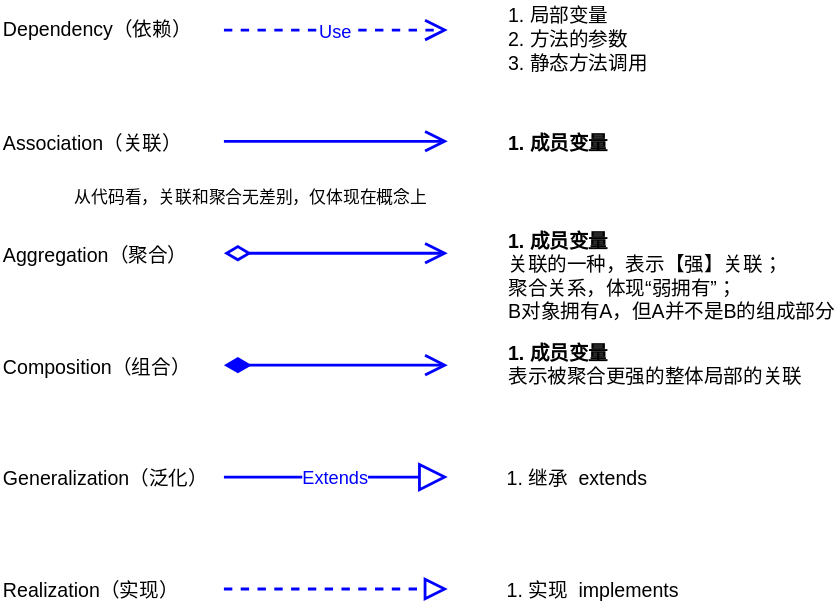
Earlier version of the draw.io export uml/uml-class.svg (rabbitcount/drawio). Source tidied: cells renumbered, new cells last; positions are measured from the earlier drawing's top-left corner, leaving out a move shared by most shapes.
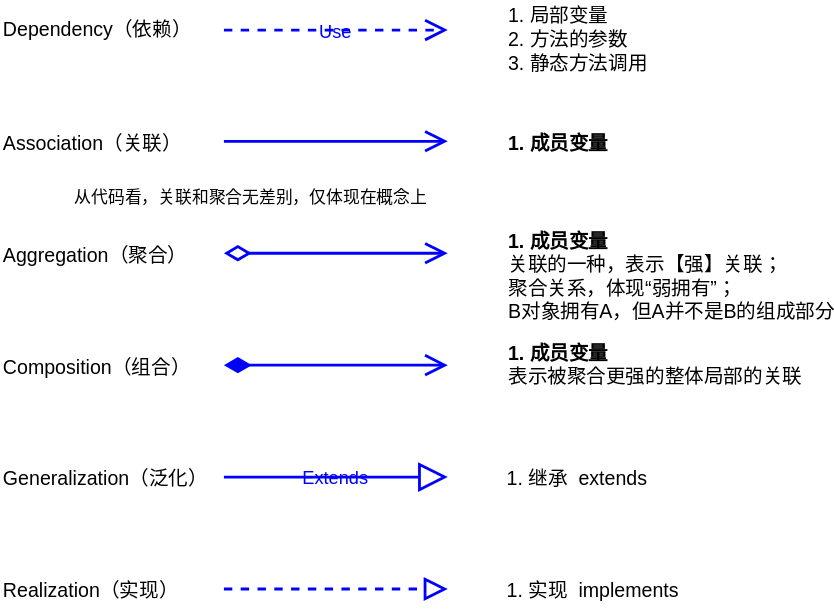
The same diagram one commit later.

Change to the diagram source:
```diff
@@ -2,7 +2,7 @@
   <root>
     <mxCell id="0" />
     <mxCell id="1" parent="0" />
-    <mxCell id="2" value="Use" style="endArrow=open;endSize=12;dashed=1;html=1;strokeWidth=2;strokeColor=#0000FF;fontColor=#0000FF;fontSize=13;" parent="1" edge="1">
+    <mxCell id="2" value="Use" style="endArrow=open;endSize=12;dashed=1;html=1;strokeWidth=2;strokeColor=#0000FF;fontColor=#0000FF;fontSize=13;labelBackgroundColor=none;" parent="1" edge="1">
       <mxGeometry relative="1" as="geometry">
         <mxPoint x="159.5" y="21" as="sourcePoint" />
         <mxPoint x="319.5" y="21" as="targetPoint" />
@@ -56,7 +56,7 @@
     <mxCell id="15" value="Generalization（泛化）" style="text;html=1;align=left;verticalAlign=top;spacingTop=-4;fontSize=14;" parent="1" vertex="1">
       <mxGeometry y="331" width="140" height="20" as="geometry" />
     </mxCell>
-    <mxCell id="16" value="Extends" style="endArrow=block;endSize=16;endFill=0;html=1;strokeWidth=2;strokeColor=#0000FF;fontColor=#0000FF;fontSize=13;" parent="1" edge="1">
+    <mxCell id="16" value="Extends" style="endArrow=block;endSize=16;endFill=0;html=1;strokeWidth=2;strokeColor=#0000FF;fontColor=#0000FF;fontSize=13;labelBackgroundColor=none;" parent="1" edge="1">
       <mxGeometry relative="1" as="geometry">
         <mxPoint x="159.5" y="340.5" as="sourcePoint" />
         <mxPoint x="319.5" y="340.5" as="targetPoint" />
```
